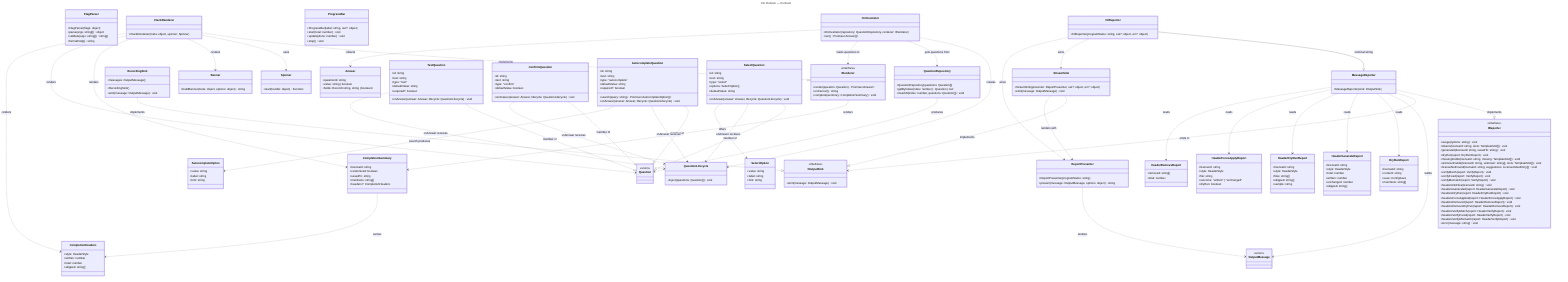
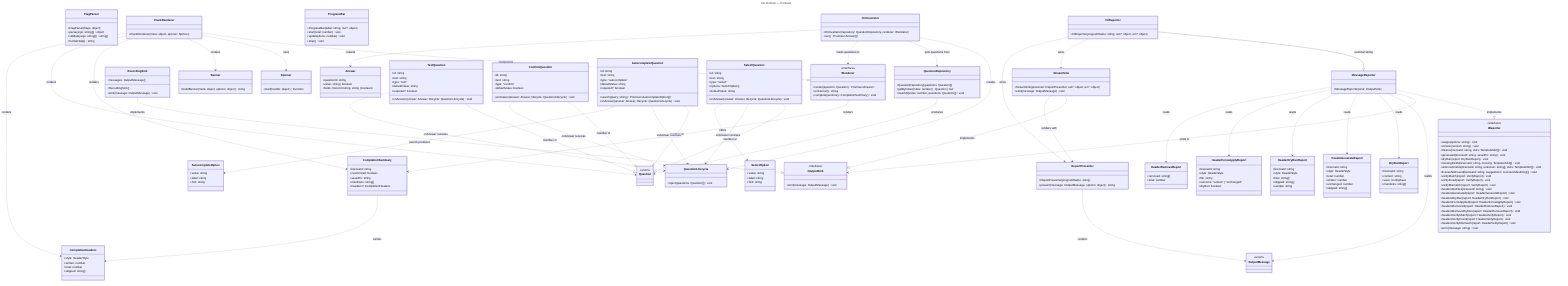
---
title: CLI Domain — Contract
---
classDiagram
  direction TB

  %% Domain: CLI (src/cli)
  %% Focused per-domain view extracted from ../class-diagram.mmd.
  %% Shows ONLY CLI-domain classes and their intra-domain relationships.
  %% Cross-domain relationships (LicenseWizard creates these; CliReporter renders
  %% Licensing/Verify/Headers reports) are intentionally omitted — see
  %% ../class-diagram.mmd for the full picture.
  %%
  %% FlagParser and ProgressBar belong to this domain but have no intra-domain
  %% relationships; they collaborate only with the bootstrap (LicenseWizard).

  class FlagParser {
    +FlagParser(flags: object)
    +parse(args: string[]) object
    +validate(args: string[]) string[]
    +formatHelp() string
  }

  class Orchestrator {
    +Orchestrator(repository: QuestionRepository, renderer: IRenderer)
    +run() Promise~Answer[]~
  }

  class IRenderer {
    <<interface>>
    +render(question: Question) Promise~Answer~
    +onCancel() string
    +complete(summary: CompletionSummary) void
  }

  class CompletionSummary {
    +licenseId: string
    +customized: boolean
    +savedTo: string
    +manifests: string[]
    +headers?: CompletionHeaders
  }

  class CompletionHeaders {
    +style: HeaderStyle
    +written: number
    +total: number
    +skipped: string[]
  }

  class ProgressBar {
    +ProgressBar(label: string, out?: object)
    +start(total: number) void
    +update(done: number) void
    +stop() void
  }

  class ClackRenderer {
    +ClackRenderer(meta: object, spinner: Spinner)
  }

  class IReporter {
    <<interface>>
    +usage(options: string) void
+     +version(version: string) void
    +tokens(licenseId: string, slots: TemplateSlot[]) void
    +generated(licenseId: string, savedTo: string) void
    +dryRun(report: DryRunReport) void
    +missingFields(licenseId: string, missing: TemplateSlot[]) void
    +unknownFields(licenseId: string, unknown: string[], slots: TemplateSlot[]) void
    +licenseNotFound(licenseId: string, suggestions: LicenseIndexEntry[]) void
    +verifyMatch(report: VerifyReport) void
    +verifyFixed(report: VerifyReport) void
    +verifyMismatch(report: VerifyReport) void
    +headersNoFiles(licenseId: string) void
    +headersGenerated(report: HeaderGenerateReport) void
    +headersDryRun(report: HeaderDryRunReport) void
    +headersForceApplied(report: HeaderForceApplyReport) void
    +headersRemoved(report: HeaderRemoveReport) void
    +headersRemoveDryRun(report: HeaderRemoveReport) void
    +headersVerifyMatch(report: HeaderVerifyReport) void
    +headersVerifyFixed(report: HeaderVerifyReport) void
    +headersVerifyMismatch(report: HeaderVerifyReport) void
    +error(message: string) void
  }

  class HeaderGenerateReport {
    +licenseId: string
    +style: HeaderStyle
    +total: number
    +written: number
    +unchanged: number
    +skipped: string[]
  }

  class HeaderDryRunReport {
    +licenseId: string
    +style: HeaderStyle
    +files: string[]
    +skipped: string[]
    +sample: string
  }

  class HeaderForceApplyReport {
    +licenseId: string
    +style: HeaderStyle
    +file: string
    +outcome: "written" | "unchanged"
    +dryRun: boolean
  }

  class HeaderRemoveReport {
    +removed: string[]
    +total: number
  }

  class DryRunReport {
    +licenseId: string
    +content: string
    +save: ConfigSave
    +manifests: string[]
  }

  class MessageReporter {
    +MessageReporter(sink: IOutputSink)
  }

  class CliReporter {
    +CliReporter(programName: string, out?: object, err?: object)
  }

  class IOutputSink {
    <<interface>>
    +emit(message: OutputMessage) void
  }

  class StreamSink {
    +StreamSink(presenter: ReportPresenter, out?: object, err?: object)
    +emit(message: OutputMessage) void
  }

  class RecordingSink {
    +RecordingSink()
    +emit(message: OutputMessage) void
    +messages: OutputMessage[]
  }

  class ReportPresenter {
    +ReportPresenter(programName: string)
    +present(message: OutputMessage, options: object) string
  }

  class OutputMessage {
    <<union>>
  }

  class Banner {
    +buildBanner(meta: object, options: object) string
  }

  class Spinner {
    +start(handle: object) Function
  }

  class QuestionRepository {
    +QuestionRepository(questions: Question[])
    +getByIndex(index: number) Question | null
    +insertAt(index: number, questions: Question[]) void
  }

  class QuestionLifecycle {
    +inject(questions: Question[]) void
  }

  class Question {
    <<union>>
  }

  class TextQuestion {
    +id: string
    +text: string
    +type: "text"
    +defaultValue: string
    +required?: boolean
    +onAnswer(answer: Answer, lifecycle: QuestionLifecycle) void
  }

  class ConfirmQuestion {
    +id: string
    +text: string
    +type: "confirm"
    +defaultValue: boolean
    +onAnswer(answer: Answer, lifecycle: QuestionLifecycle) void
  }

  class AutocompleteQuestion {
    +id: string
    +text: string
    +type: "autocomplete"
    +defaultValue: string
    +required?: boolean
    +search(query: string) Promise~AutocompleteOption[]~
    +onAnswer(answer: Answer, lifecycle: QuestionLifecycle) void
  }

  class AutocompleteOption {
    +value: string
    +label: string
    +hint: string
  }

  class SelectQuestion {
    +id: string
    +text: string
    +type: "select"
    +options: SelectOption[]
    +defaultValue: string
    +onAnswer(answer: Answer, lifecycle: QuestionLifecycle) void
  }

  class SelectOption {
    +value: string
    +label: string
    +hint: string
  }

  class Answer {
    +questionId: string
    +value: string | boolean
    +fields: Record~string, string | boolean~
  }

  TextQuestion ..|> Question : member of
  ConfirmQuestion ..|> Question : member of
  AutocompleteQuestion ..|> Question : member of
  SelectQuestion ..|> Question : member of
  TextQuestion ..> QuestionLifecycle : onAnswer receives
  ConfirmQuestion ..> QuestionLifecycle : onAnswer receives
  AutocompleteQuestion ..> QuestionLifecycle : onAnswer receives
  SelectQuestion ..> QuestionLifecycle : onAnswer receives
  SelectQuestion ..> SelectOption : offers
  Orchestrator ..> QuestionLifecycle : creates
  Orchestrator ..> QuestionRepository : gets questions from
  Orchestrator ..> IRenderer : feeds questions to
  Orchestrator ..> Answer : collects
  ClackRenderer ..|> IRenderer : implements
  ClackRenderer ..> Spinner : uses
  ClackRenderer ..> Banner : renders
  ClackRenderer ..> CompletionSummary : renders
  ClackRenderer ..> Question : renders
  ClackRenderer ..> CompletionHeaders : renders
  IRenderer ..> CompletionSummary : renders
  CompletionSummary ..> CompletionHeaders : carries
  MessageReporter ..|> IReporter : implements
  CliReporter --|> MessageReporter : terminal wiring
  MessageReporter ..> IOutputSink : emits to
  MessageReporter ..> OutputMessage : builds
  MessageReporter ..> DryRunReport : reads
  MessageReporter ..> HeaderGenerateReport : reads
  MessageReporter ..> HeaderDryRunReport : reads
  MessageReporter ..> HeaderForceApplyReport : reads
  MessageReporter ..> HeaderRemoveReport : reads
  StreamSink ..|> IOutputSink : implements
  RecordingSink ..|> IOutputSink : implements
  StreamSink ..> ReportPresenter : renders with
  ReportPresenter ..> OutputMessage : renders
  CliReporter ..> StreamSink : wires
  CliReporter ..> ReportPresenter : wires
  QuestionRepository ..> Question : produces
  AutocompleteQuestion ..> AutocompleteOption : search produces
